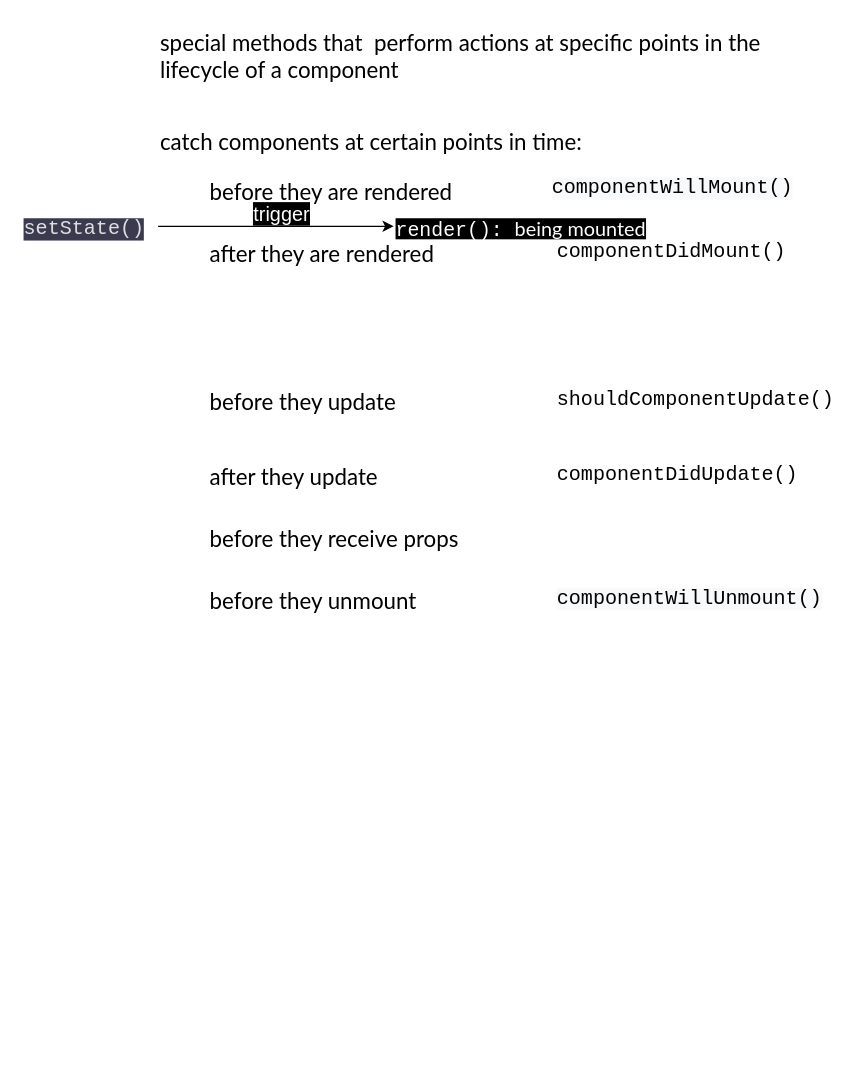
This is page "14 lifecycle methods" (23 of 25) of Diagram.drawio from f2xiao/learn-react, a draw.io file, before an edit. Source tidied: cells renumbered, new cells numbered last; positions are measured from the earlier drawing's top-left corner, leaving out a move shared by most shapes. Both pictures are drawn from the tidied source at 124%, with x=0, y=0 at pixel (21, 21).
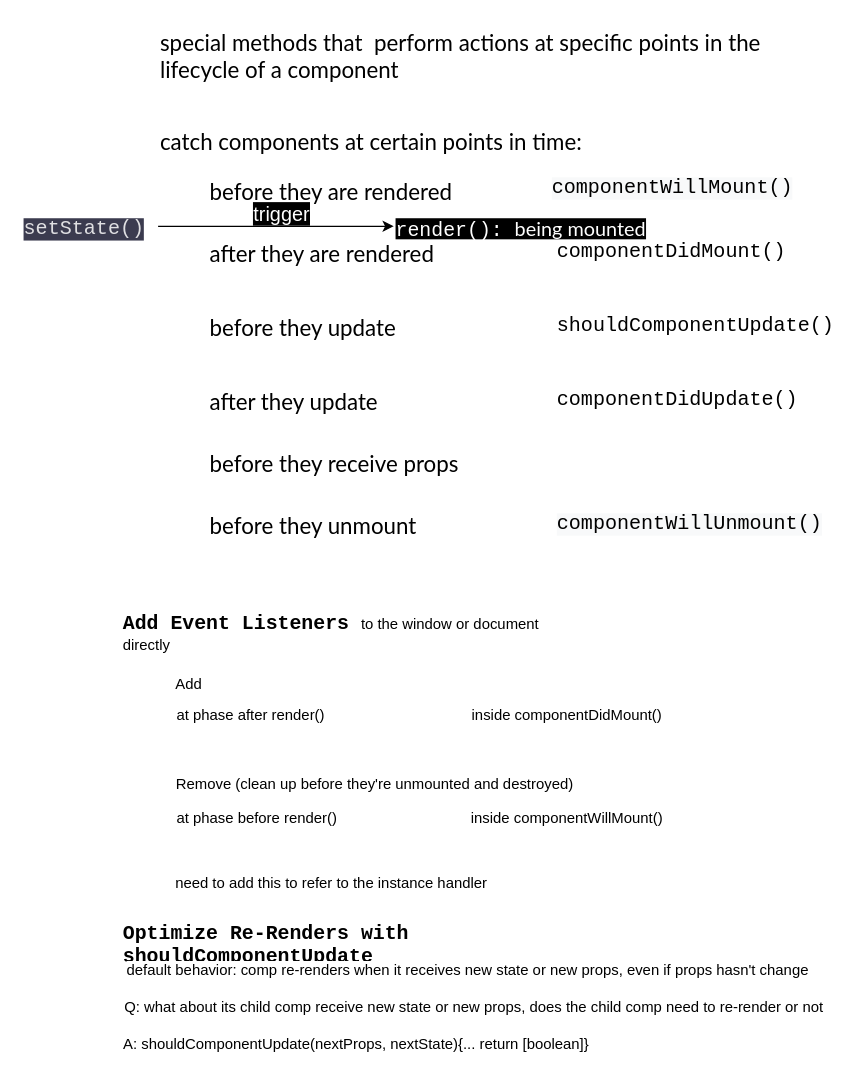
The same page after the edit.

What changed in the source:
```diff
@@
     <mxCell id="4" value="&lt;span style=&quot;color: rgb(0, 0, 0); font-family: &amp;quot;Roboto Mono&amp;quot;, monospace; font-size: 16.2px; font-style: normal; font-variant-ligatures: normal; font-variant-caps: normal; font-weight: 400; letter-spacing: normal; orphans: 2; text-align: start; text-indent: 0px; text-transform: none; widows: 2; word-spacing: 0px; -webkit-text-stroke-width: 0px; background-color: rgb(248, 249, 250); text-decoration-thickness: initial; text-decoration-style: initial; text-decoration-color: initial; float: none; display: inline !important;&quot;&gt;componentWillUnmount()&lt;/span&gt;" style="text;whiteSpace=wrap;html=1;fontSize=12;fontColor=#000000;" parent="1" vertex="1">
-      <mxGeometry x="430" y="450" width="220" height="30" as="geometry" />
+      <mxGeometry x="430" y="390" width="220" height="30" as="geometry" />
     </mxCell>
@@
     <mxCell id="7" value="&lt;span style=&quot;color: rgb(0, 0, 0); font-family: Lato, sans-serif; font-size: 18px; font-style: normal; font-variant-ligatures: normal; font-variant-caps: normal; font-weight: 400; letter-spacing: normal; orphans: 2; text-align: start; text-indent: 0px; text-transform: none; widows: 2; word-spacing: 0px; -webkit-text-stroke-width: 0px; background-color: rgb(255, 255, 255); text-decoration-thickness: initial; text-decoration-style: initial; text-decoration-color: initial; float: none; display: inline !important;&quot;&gt;before they update&lt;/span&gt;" style="text;whiteSpace=wrap;html=1;fontSize=12;fontColor=#000000;" parent="1" vertex="1">
-      <mxGeometry x="150" y="290" width="180" height="30" as="geometry" />
+      <mxGeometry x="150" y="230" width="180" height="30" as="geometry" />
     </mxCell>
     <mxCell id="8" value="&lt;span style=&quot;color: rgb(0, 0, 0); font-family: Lato, sans-serif; font-size: 18px; font-style: normal; font-variant-ligatures: normal; font-variant-caps: normal; font-weight: 400; letter-spacing: normal; orphans: 2; text-align: start; text-indent: 0px; text-transform: none; widows: 2; word-spacing: 0px; -webkit-text-stroke-width: 0px; background-color: rgb(255, 255, 255); text-decoration-thickness: initial; text-decoration-style: initial; text-decoration-color: initial; float: none; display: inline !important;&quot;&gt;before they receive props&lt;/span&gt;" style="text;whiteSpace=wrap;html=1;fontSize=12;fontColor=#000000;" parent="1" vertex="1">
-      <mxGeometry x="150" y="400" width="230" height="30" as="geometry" />
+      <mxGeometry x="150" y="340" width="230" height="30" as="geometry" />
     </mxCell>
     <mxCell id="9" value="&lt;span style=&quot;color: rgb(0, 0, 0); font-family: Lato, sans-serif; font-size: 18px; font-style: normal; font-variant-ligatures: normal; font-variant-caps: normal; font-weight: 400; letter-spacing: normal; orphans: 2; text-align: start; text-indent: 0px; text-transform: none; widows: 2; word-spacing: 0px; -webkit-text-stroke-width: 0px; background-color: rgb(255, 255, 255); text-decoration-thickness: initial; text-decoration-style: initial; text-decoration-color: initial; float: none; display: inline !important;&quot;&gt;before they unmount&lt;/span&gt;" style="text;whiteSpace=wrap;html=1;fontSize=12;fontColor=#000000;" parent="1" vertex="1">
-      <mxGeometry x="150" y="450" width="190" height="30" as="geometry" />
+      <mxGeometry x="150" y="390" width="190" height="30" as="geometry" />
     </mxCell>
@@
     <mxCell id="11" value="&lt;span style=&quot;font-family: &amp;quot;Roboto Mono&amp;quot;, monospace; font-size: 16.2px; font-style: normal; font-variant-ligatures: normal; font-variant-caps: normal; font-weight: 400; letter-spacing: normal; orphans: 2; text-align: start; text-indent: 0px; text-transform: none; widows: 2; word-spacing: 0px; -webkit-text-stroke-width: 0px; text-decoration-thickness: initial; text-decoration-style: initial; text-decoration-color: initial; float: none; background-color: rgb(255, 255, 255); display: inline !important;&quot;&gt;shouldComponentUpdate()&lt;/span&gt;" style="text;whiteSpace=wrap;html=1;fontSize=12;fontColor=#000000;" parent="1" vertex="1">
-      <mxGeometry x="430" y="290" width="230" height="30" as="geometry" />
+      <mxGeometry x="430" y="230" width="230" height="30" as="geometry" />
     </mxCell>
@@
     <mxCell id="13" value="&lt;span style=&quot;color: rgb(0, 0, 0); font-family: Lato, sans-serif; font-size: 18px; font-style: normal; font-variant-ligatures: normal; font-variant-caps: normal; font-weight: 400; letter-spacing: normal; orphans: 2; text-align: start; text-indent: 0px; text-transform: none; widows: 2; word-spacing: 0px; -webkit-text-stroke-width: 0px; background-color: rgb(255, 255, 255); text-decoration-thickness: initial; text-decoration-style: initial; text-decoration-color: initial; float: none; display: inline !important;&quot;&gt;after they update&lt;/span&gt;" style="text;whiteSpace=wrap;html=1;fontSize=12;fontColor=#000000;" parent="1" vertex="1">
-      <mxGeometry x="150" y="350" width="180" height="30" as="geometry" />
+      <mxGeometry x="150" y="290" width="180" height="30" as="geometry" />
     </mxCell>
     <mxCell id="14" value="&lt;span style=&quot;font-family: &amp;quot;Roboto Mono&amp;quot;, monospace; font-size: 16.2px; font-style: normal; font-variant-ligatures: normal; font-variant-caps: normal; font-weight: 400; letter-spacing: normal; orphans: 2; text-align: start; text-indent: 0px; text-transform: none; widows: 2; word-spacing: 0px; -webkit-text-stroke-width: 0px; text-decoration-thickness: initial; text-decoration-style: initial; text-decoration-color: initial; float: none; background-color: rgb(255, 255, 255); display: inline !important;&quot;&gt;componentDidUpdate()&lt;/span&gt;" style="text;whiteSpace=wrap;html=1;fontSize=12;fontColor=#000000;" parent="1" vertex="1">
-      <mxGeometry x="430" y="350" width="200" height="30" as="geometry" />
+      <mxGeometry x="430" y="290" width="200" height="30" as="geometry" />
     </mxCell>
@@
+    <mxCell id="19" value="&lt;span style=&quot;font-family: &amp;quot;Roboto Mono&amp;quot;, monospace; font-size: 16px; font-style: normal; font-variant-ligatures: normal; font-variant-caps: normal; font-weight: 700; letter-spacing: normal; orphans: 2; text-align: center; text-indent: 0px; text-transform: none; widows: 2; word-spacing: 0px; -webkit-text-stroke-width: 0px; text-decoration-thickness: initial; text-decoration-style: initial; text-decoration-color: initial; float: none; background-color: rgb(255, 255, 255); display: inline !important;&quot;&gt;Add Event Listeners&amp;nbsp;&lt;/span&gt;&lt;span style=&quot;text-align: center; background-color: rgb(255, 255, 255);&quot;&gt;to the window or document directly&lt;/span&gt;" style="text;whiteSpace=wrap;html=1;" parent="1" vertex="1">
+      <mxGeometry x="80" y="470" width="370" height="30" as="geometry" />
+    </mxCell>
+    <mxCell id="20" value="at phase after render()" style="text;html=1;strokeColor=none;fillColor=none;align=center;verticalAlign=middle;whiteSpace=wrap;rounded=0;labelBackgroundColor=#FFFFFF;fontColor=#000000;" parent="1" vertex="1">
+      <mxGeometry x="120" y="550" width="130" height="20" as="geometry" />
+    </mxCell>
+    <mxCell id="21" value="inside componentWillMount()" style="text;html=1;strokeColor=none;fillColor=none;align=center;verticalAlign=middle;whiteSpace=wrap;rounded=0;labelBackgroundColor=#FFFFFF;fontColor=#000000;" parent="1" vertex="1">
+      <mxGeometry x="360" y="630" width="160" height="25" as="geometry" />
+    </mxCell>
+    <mxCell id="22" value="Add" style="text;html=1;strokeColor=none;fillColor=none;align=center;verticalAlign=middle;whiteSpace=wrap;rounded=0;labelBackgroundColor=#FFFFFF;fontColor=#000000;" parent="1" vertex="1">
+      <mxGeometry x="120" y="520" width="30" height="30" as="geometry" />
+    </mxCell>
+    <mxCell id="23" value="Remove (clean up before they're unmounted and destroyed)" style="text;html=1;strokeColor=none;fillColor=none;align=center;verticalAlign=middle;whiteSpace=wrap;rounded=0;labelBackgroundColor=#FFFFFF;fontColor=#000000;" parent="1" vertex="1">
+      <mxGeometry x="120" y="600" width="330" height="30" as="geometry" />
+    </mxCell>
+    <mxCell id="24" value="at phase before render()" style="text;html=1;strokeColor=none;fillColor=none;align=center;verticalAlign=middle;whiteSpace=wrap;rounded=0;labelBackgroundColor=#FFFFFF;fontColor=#000000;" parent="1" vertex="1">
+      <mxGeometry x="120" y="632.5" width="140" height="20" as="geometry" />
+    </mxCell>
+    <mxCell id="25" value="inside componentDidMount()" style="text;html=1;strokeColor=none;fillColor=none;align=center;verticalAlign=middle;whiteSpace=wrap;rounded=0;labelBackgroundColor=#FFFFFF;fontColor=#000000;" parent="1" vertex="1">
+      <mxGeometry x="360" y="547.5" width="160" height="25" as="geometry" />
+    </mxCell>
+    <mxCell id="26" value="need to add this to refer to the instance handler" style="text;html=1;strokeColor=none;fillColor=none;align=center;verticalAlign=middle;whiteSpace=wrap;rounded=0;labelBackgroundColor=#FFFFFF;fontColor=#000000;" parent="1" vertex="1">
+      <mxGeometry x="120" y="680" width="260" height="30" as="geometry" />
+    </mxCell>
+    <mxCell id="27" value="&lt;span style=&quot;font-family: &amp;quot;Roboto Mono&amp;quot;, monospace; font-size: 16px; font-style: normal; font-variant-ligatures: normal; font-variant-caps: normal; font-weight: 700; letter-spacing: normal; orphans: 2; text-align: center; text-indent: 0px; text-transform: none; widows: 2; word-spacing: 0px; -webkit-text-stroke-width: 0px; text-decoration-thickness: initial; text-decoration-style: initial; text-decoration-color: initial; float: none; background-color: rgb(255, 255, 255); display: inline !important;&quot;&gt;Optimize Re-Renders with shouldComponentUpdate&lt;/span&gt;" style="text;whiteSpace=wrap;html=1;fontColor=#000000;" parent="1" vertex="1">
+      <mxGeometry x="80" y="720" width="410" height="30" as="geometry" />
+    </mxCell>
+    <mxCell id="28" value="default behavior: comp re-renders when it receives new state or new props, even if props hasn't change" style="text;html=1;strokeColor=none;fillColor=none;align=center;verticalAlign=middle;whiteSpace=wrap;rounded=0;labelBackgroundColor=#FFFFFF;fontColor=#000000;" parent="1" vertex="1">
+      <mxGeometry x="80" y="750" width="560" height="30" as="geometry" />
+    </mxCell>
+    <mxCell id="29" value="Q: what about its child comp receive new state or new props, does the child comp need to re-render or not" style="text;html=1;strokeColor=none;fillColor=none;align=center;verticalAlign=middle;whiteSpace=wrap;rounded=0;labelBackgroundColor=#FFFFFF;fontColor=#000000;" parent="1" vertex="1">
+      <mxGeometry x="80" y="780" width="570" height="30" as="geometry" />
+    </mxCell>
+    <mxCell id="30" value="A: shouldComponentUpdate(nextProps, nextState){... return [boolean]}" style="text;html=1;strokeColor=none;fillColor=none;align=center;verticalAlign=middle;whiteSpace=wrap;rounded=0;labelBackgroundColor=#FFFFFF;fontColor=#000000;" parent="1" vertex="1">
+      <mxGeometry x="80" y="810" width="380" height="30" as="geometry" />
+    </mxCell>
```
